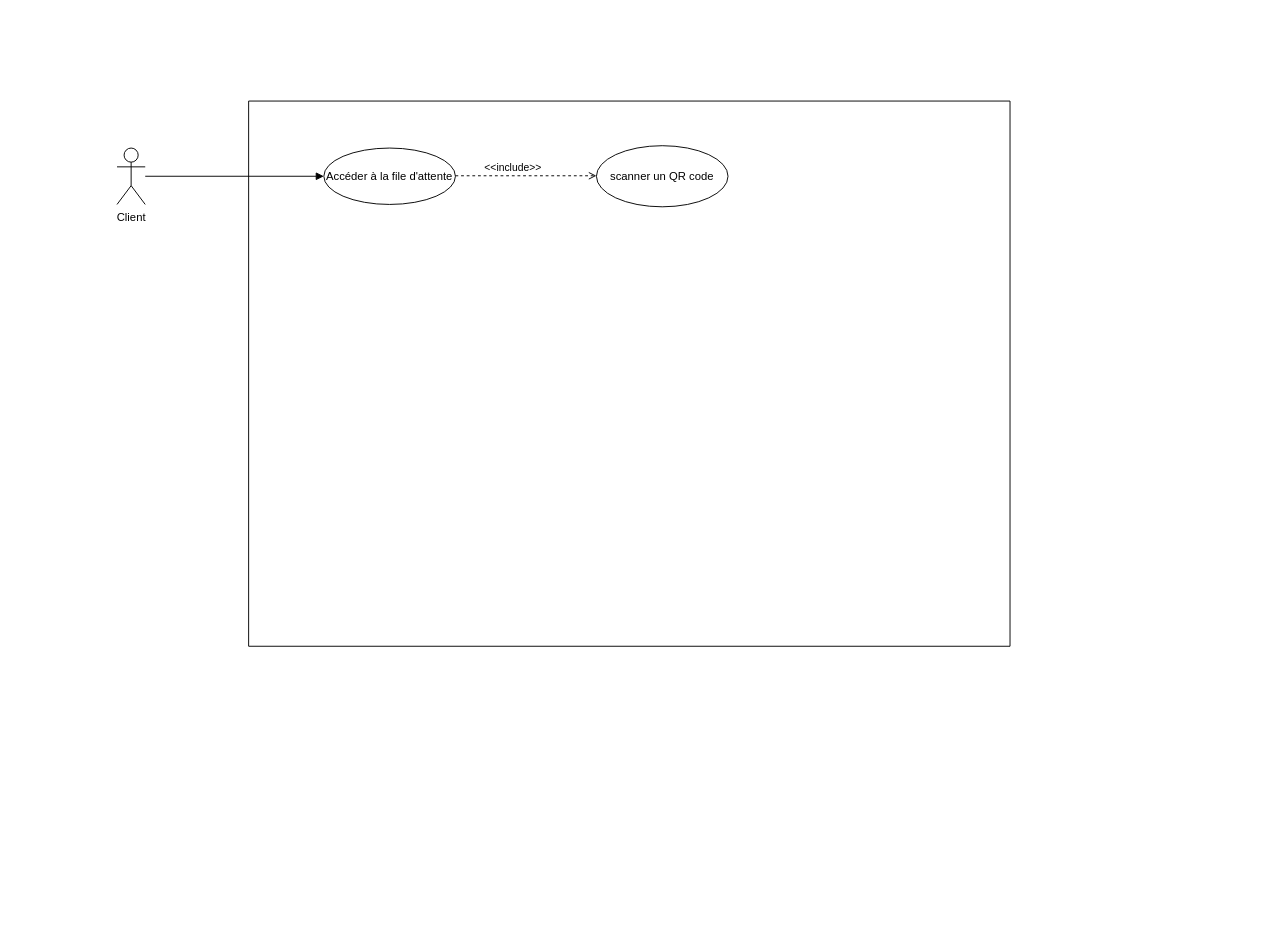
Above: page "DIAGRAMME DE CAS D'UTILISATION" (3 of 3) of Untitled Diagram.drawio in FranckTshiz27/virtLine_api (draw.io), before the change. Source tidied: cells renumbered, new cells numbered last; positions are measured from the earlier drawing's top-left corner, leaving out a move shared by most shapes. Both pictures are drawn from the tidied source at 94%, with x=0, y=0 at pixel (117, 101).
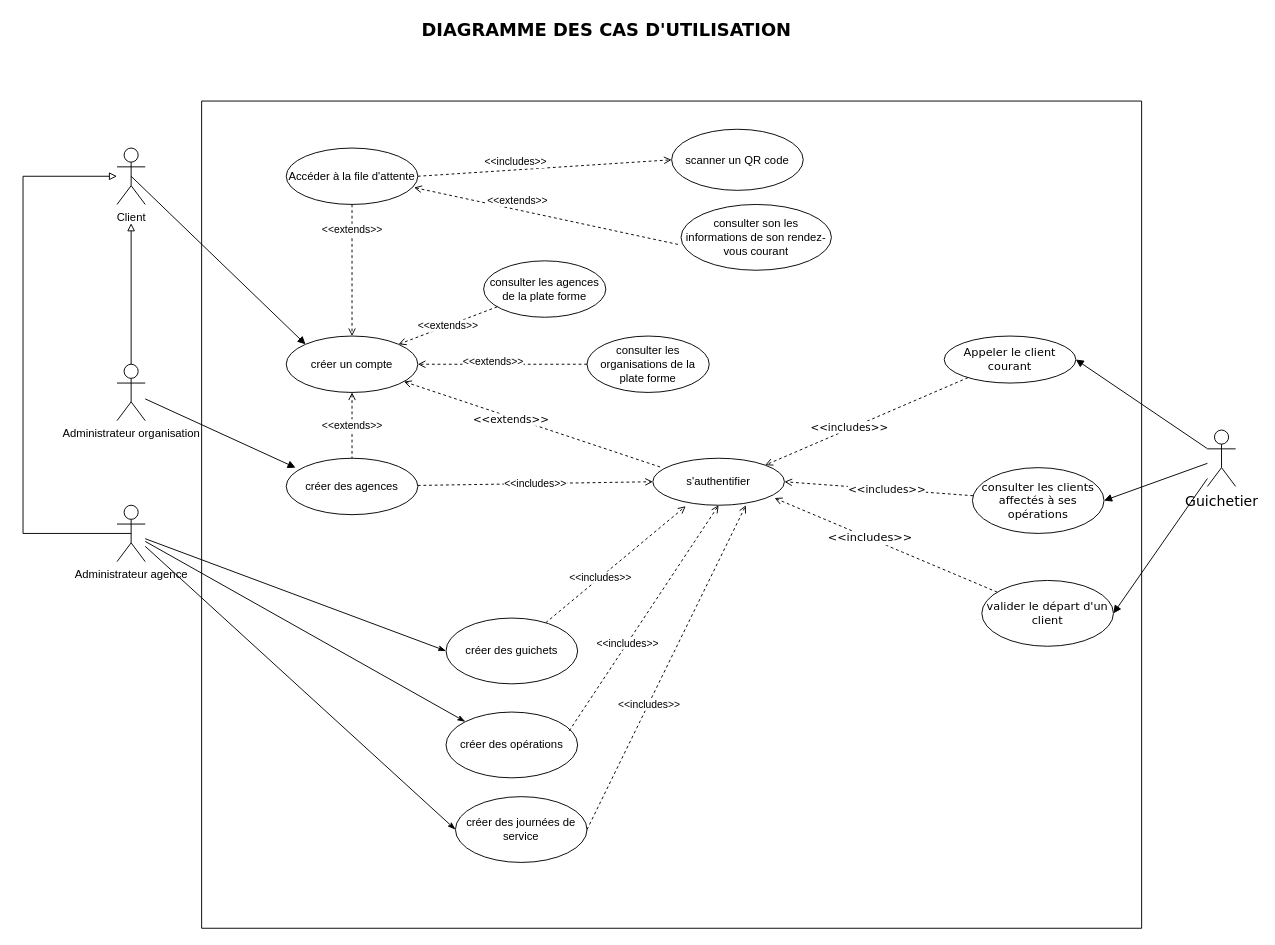
The same diagram, later.

The change refers to these unchanged cells:
```xml
<mxCell id="8" value="Client" style="shape=umlActor;verticalLabelPosition=bottom;verticalAlign=top;html=1;outlineConnect=0;" parent="1" vertex="1">
  <mxGeometry y="50" width="30" height="60" as="geometry" />
</mxCell>
```

The edit, as a diff of the source:
```diff
@@
     <mxCell id="2" style="swimlane;startSize=0;" parent="1" vertex="1">
-      <mxGeometry x="140" width="810" height="580" as="geometry" />
+      <mxGeometry x="90" width="1000" height="880" as="geometry" />
     </mxCell>
+    <mxCell id="9" style="edgeStyle=none;rounded=0;jettySize=auto;html=1;startArrow=none;startFill=0;endArrow=open;endFill=0;dashed=1;" parent="2" edge="1" source="3" target="17">
+      <mxGeometry relative="1" as="geometry" />
+    </mxCell>
+    <mxCell id="10" value="&amp;lt;&amp;lt;extends&amp;gt;&amp;gt;" style="edgeLabel;html=1;align=center;verticalAlign=middle;" parent="9" vertex="1">
+      <mxGeometry x="-0.63" y="-1" relative="1" as="geometry" />
+    </mxCell>
     <mxCell id="3" value="Accéder à la file d'attente" style="ellipse;whiteSpace=wrap;html=1;" parent="2" vertex="1">
-      <mxGeometry x="80" y="50" width="140" height="60" as="geometry" />
+      <mxGeometry x="90" y="50" width="140" height="60" as="geometry" />
     </mxCell>
     <mxCell id="4" value="scanner un QR code" style="ellipse;whiteSpace=wrap;html=1;" parent="2" vertex="1">
-      <mxGeometry x="370" y="47.5" width="140" height="65" as="geometry" />
+      <mxGeometry x="500" y="30" width="140" height="65" as="geometry" />
     </mxCell>
-    <mxCell id="5" style="edgeStyle=orthogonalEdgeStyle;rounded=0;orthogonalLoop=1;jettySize=auto;html=1;entryX=0;entryY=0.5;entryDx=0;entryDy=0;dashed=1;endArrow=open;endFill=0;" parent="2" edge="1">
+    <mxCell id="5" style="rounded=0;jettySize=auto;html=1;entryX=0;entryY=0.5;entryDx=0;entryDy=0;dashed=1;endArrow=open;endFill=0;" parent="2" edge="1" target="4">
       <mxGeometry relative="1" as="geometry">
-        <mxPoint x="220" y="79.5" as="sourcePoint" />
-        <mxPoint x="370" y="79.5" as="targetPoint" />
+        <mxPoint x="230" y="80" as="sourcePoint" />
       </mxGeometry>
     </mxCell>
-    <mxCell id="6" value="&amp;lt;&amp;lt;include&amp;gt;&amp;gt;" style="edgeLabel;html=1;align=center;verticalAlign=middle;" parent="5" vertex="1">
+    <mxCell id="6" value="&amp;lt;&amp;lt;includes&amp;gt;&amp;gt;" style="edgeLabel;html=1;align=center;verticalAlign=middle;" parent="5" vertex="1">
       <mxGeometry x="-0.27" y="3" relative="1" as="geometry">
         <mxPoint x="5" y="-6" as="offset" />
       </mxGeometry>
     </mxCell>
-    <mxCell id="7" style="edgeStyle=orthogonalEdgeStyle;rounded=0;jettySize=auto;html=1;entryX=0;entryY=0.5;entryDx=0;entryDy=0;endArrow=block;endFill=1;" parent="1" edge="1" source="8" target="3">
-      <mxGeometry relative="1" as="geometry" />
-    </mxCell>
+    <mxCell id="11" value="consulter son les informations de son rendez-vous courant" style="ellipse;whiteSpace=wrap;html=1;" parent="2" vertex="1">
+      <mxGeometry x="510" y="110" width="160" height="70" as="geometry" />
+    </mxCell>
+    <mxCell id="12" style="rounded=0;jettySize=auto;html=1;dashed=1;endArrow=none;endFill=0;entryX=-0.007;entryY=0.614;entryDx=0;entryDy=0;entryPerimeter=0;startArrow=open;startFill=0;exitX=0.971;exitY=0.7;exitDx=0;exitDy=0;exitPerimeter=0;" parent="2" edge="1" source="3" target="11">
+      <mxGeometry relative="1" as="geometry" />
+    </mxCell>
+    <mxCell id="13" value="&amp;lt;&amp;lt;extends&amp;gt;&amp;gt;" style="edgeLabel;html=1;align=center;verticalAlign=middle;" parent="12" vertex="1">
+      <mxGeometry x="-0.27" y="3" relative="1" as="geometry">
+        <mxPoint x="5" y="-6" as="offset" />
+      </mxGeometry>
+    </mxCell>
+    <mxCell id="14" value="&amp;lt;&amp;lt;extends&amp;gt;&amp;gt;" style="edgeStyle=none;rounded=0;jettySize=auto;html=1;dashed=1;startArrow=open;startFill=0;endArrow=none;endFill=0;" parent="2" edge="1" source="17" target="24">
+      <mxGeometry relative="1" as="geometry" />
+    </mxCell>
+    <mxCell id="15" style="edgeStyle=none;rounded=0;jettySize=auto;html=1;entryX=0.071;entryY=0.2;entryDx=0;entryDy=0;entryPerimeter=0;fontFamily=Verdana;fontSize=12;startArrow=open;startFill=0;endArrow=none;endFill=0;dashed=1;" parent="2" edge="1" source="17" target="25">
+      <mxGeometry relative="1" as="geometry" />
+    </mxCell>
+    <mxCell id="16" value="&amp;lt;&amp;lt;extends&amp;gt;&amp;gt;" style="edgeLabel;html=1;align=center;verticalAlign=middle;fontSize=11;fontFamily=Verdana;" parent="15" vertex="1">
+      <mxGeometry x="-0.17" y="-2" relative="1" as="geometry" />
+    </mxCell>
+    <mxCell id="17" value="créer un compte" style="ellipse;whiteSpace=wrap;html=1;" parent="2" vertex="1">
+      <mxGeometry x="90" y="250" width="140" height="60" as="geometry" />
+    </mxCell>
+    <mxCell id="18" value="consulter les agences de la plate forme" style="ellipse;whiteSpace=wrap;html=1;" parent="2" vertex="1">
+      <mxGeometry x="300" y="170" width="130" height="60" as="geometry" />
+    </mxCell>
+    <mxCell id="19" value="consulter les organisations de la plate forme" style="ellipse;whiteSpace=wrap;html=1;" parent="2" vertex="1">
+      <mxGeometry x="410" y="250" width="130" height="60" as="geometry" />
+    </mxCell>
+    <mxCell id="20" style="edgeStyle=none;rounded=0;jettySize=auto;html=1;startArrow=none;startFill=0;endArrow=open;endFill=0;entryX=1;entryY=0.5;entryDx=0;entryDy=0;dashed=1;" parent="2" edge="1" source="19" target="17">
+      <mxGeometry relative="1" as="geometry" />
+    </mxCell>
+    <mxCell id="21" value="&amp;lt;&amp;lt;extends&amp;gt;&amp;gt;" style="edgeLabel;html=1;align=center;verticalAlign=middle;" parent="20" vertex="1">
+      <mxGeometry x="0.12" y="-4" relative="1" as="geometry" />
+    </mxCell>
+    <mxCell id="22" value="&amp;lt;&amp;lt;extends&amp;gt;&amp;gt;" style="edgeStyle=none;rounded=0;jettySize=auto;html=1;entryX=1;entryY=0;entryDx=0;entryDy=0;startArrow=none;startFill=0;endArrow=open;endFill=0;dashed=1;" parent="2" edge="1" source="18" target="17">
+      <mxGeometry relative="1" as="geometry" />
+    </mxCell>
+    <mxCell id="23" value="&amp;lt;&amp;lt;includes&amp;gt;&amp;gt;" style="edgeStyle=none;rounded=0;jettySize=auto;html=1;entryX=0;entryY=0.5;entryDx=0;entryDy=0;startArrow=none;startFill=0;endArrow=open;endFill=0;dashed=1;" parent="2" edge="1" source="24" target="25">
+      <mxGeometry relative="1" as="geometry" />
+    </mxCell>
+    <mxCell id="24" value="créer des agences" style="ellipse;whiteSpace=wrap;html=1;" parent="2" vertex="1">
+      <mxGeometry x="90" y="380" width="140" height="60" as="geometry" />
+    </mxCell>
+    <mxCell id="25" value="s'authentifier" style="ellipse;whiteSpace=wrap;html=1;" parent="2" vertex="1">
+      <mxGeometry x="480" y="380" width="140" height="50" as="geometry" />
+    </mxCell>
+    <mxCell id="26" style="edgeStyle=none;rounded=0;jettySize=auto;html=1;entryX=0.25;entryY=1.02;entryDx=0;entryDy=0;entryPerimeter=0;startArrow=none;startFill=0;endArrow=open;endFill=0;dashed=1;" parent="2" edge="1" source="28" target="25">
+      <mxGeometry relative="1" as="geometry" />
+    </mxCell>
+    <mxCell id="27" value="&amp;lt;&amp;lt;includes&amp;gt;&amp;gt;" style="edgeLabel;html=1;align=center;verticalAlign=middle;" parent="26" vertex="1">
+      <mxGeometry x="-0.23" relative="1" as="geometry">
+        <mxPoint y="-1" as="offset" />
+      </mxGeometry>
+    </mxCell>
+    <mxCell id="28" value="créer des guichets" style="ellipse;whiteSpace=wrap;html=1;" parent="2" vertex="1">
+      <mxGeometry x="260" y="550" width="140" height="70" as="geometry" />
+    </mxCell>
+    <mxCell id="29" value="créer des opérations" style="ellipse;whiteSpace=wrap;html=1;" parent="2" vertex="1">
+      <mxGeometry x="260" y="650" width="140" height="70" as="geometry" />
+    </mxCell>
+    <mxCell id="30" value="créer des journées de service" style="ellipse;whiteSpace=wrap;html=1;" parent="2" vertex="1">
+      <mxGeometry x="270" y="740" width="140" height="70" as="geometry" />
+    </mxCell>
+    <mxCell id="31" style="edgeStyle=none;rounded=0;jettySize=auto;html=1;entryX=0.5;entryY=1;entryDx=0;entryDy=0;startArrow=none;startFill=0;endArrow=open;endFill=0;dashed=1;" parent="2" edge="1" target="25">
+      <mxGeometry relative="1" as="geometry">
+        <mxPoint x="391" y="670" as="sourcePoint" />
+      </mxGeometry>
+    </mxCell>
+    <mxCell id="32" value="&amp;lt;&amp;lt;includes&amp;gt;&amp;gt;" style="edgeLabel;html=1;align=center;verticalAlign=middle;" parent="31" vertex="1">
+      <mxGeometry x="-0.23" relative="1" as="geometry">
+        <mxPoint y="-1" as="offset" />
+      </mxGeometry>
+    </mxCell>
+    <mxCell id="33" style="edgeStyle=none;rounded=0;jettySize=auto;html=1;entryX=0.5;entryY=1;entryDx=0;entryDy=0;startArrow=none;startFill=0;endArrow=open;endFill=0;dashed=1;exitX=1;exitY=0.5;exitDx=0;exitDy=0;" parent="2" edge="1" source="30">
+      <mxGeometry relative="1" as="geometry">
+        <mxPoint x="579" y="430" as="targetPoint" />
+      </mxGeometry>
+    </mxCell>
+    <mxCell id="34" value="&amp;lt;&amp;lt;includes&amp;gt;&amp;gt;" style="edgeLabel;html=1;align=center;verticalAlign=middle;" parent="33" vertex="1">
+      <mxGeometry x="-0.23" relative="1" as="geometry">
+        <mxPoint y="-1" as="offset" />
+      </mxGeometry>
+    </mxCell>
+    <mxCell id="35" style="edgeStyle=none;rounded=0;jettySize=auto;html=1;entryX=1;entryY=0.5;entryDx=0;entryDy=0;fontFamily=Verdana;fontSize=15;startArrow=none;startFill=0;endArrow=open;endFill=0;dashed=1;" parent="2" edge="1" source="37" target="25">
+      <mxGeometry relative="1" as="geometry" />
+    </mxCell>
+    <mxCell id="36" value="&lt;font style=&quot;font-size: 11px&quot;&gt;&amp;lt;&amp;lt;includes&amp;gt;&amp;gt;&lt;/font&gt;" style="edgeLabel;html=1;align=center;verticalAlign=middle;fontSize=15;fontFamily=Verdana;" parent="35" vertex="1">
+      <mxGeometry x="0.21" relative="1" as="geometry">
+        <mxPoint x="29" as="offset" />
+      </mxGeometry>
+    </mxCell>
+    <mxCell id="37" value="consulter les clients affectés à ses opérations" style="ellipse;whiteSpace=wrap;html=1;fontFamily=Verdana;fontSize=12;" parent="2" vertex="1">
+      <mxGeometry x="820" y="390" width="140" height="70" as="geometry" />
+    </mxCell>
+    <mxCell id="38" style="edgeStyle=none;rounded=0;jettySize=auto;html=1;entryX=1;entryY=0;entryDx=0;entryDy=0;dashed=1;fontFamily=Verdana;fontSize=11;startArrow=none;startFill=0;endArrow=open;endFill=0;" parent="2" edge="1" source="40" target="25">
+      <mxGeometry relative="1" as="geometry" />
+    </mxCell>
+    <mxCell id="39" value="&amp;lt;&amp;lt;includes&amp;gt;&amp;gt;" style="edgeLabel;html=1;align=center;verticalAlign=middle;fontSize=11;fontFamily=Verdana;" parent="38" vertex="1">
+      <mxGeometry x="0.17" y="-2" relative="1" as="geometry" />
+    </mxCell>
+    <mxCell id="40" value="Appeler le client courant" style="ellipse;whiteSpace=wrap;html=1;fontFamily=Verdana;fontSize=12;" parent="2" vertex="1">
+      <mxGeometry x="790" y="250" width="140" height="50" as="geometry" />
+    </mxCell>
+    <mxCell id="41" style="edgeStyle=none;rounded=0;orthogonalLoop=1;jettySize=auto;html=1;entryX=0.5;entryY=1;entryDx=0;entryDy=0;dashed=1;fontFamily=Verdana;fontSize=11;startArrow=none;startFill=0;endArrow=open;endFill=0;" parent="2" edge="1" source="40" target="40">
+      <mxGeometry relative="1" as="geometry" />
+    </mxCell>
+    <mxCell id="42" style="edgeStyle=none;rounded=0;jettySize=auto;html=1;entryX=0.925;entryY=0.848;entryDx=0;entryDy=0;entryPerimeter=0;dashed=1;fontFamily=Verdana;fontSize=12;startArrow=none;startFill=0;endArrow=open;endFill=0;" parent="2" edge="1" source="44" target="25">
+      <mxGeometry relative="1" as="geometry" />
+    </mxCell>
+    <mxCell id="43" value="&amp;lt;&amp;lt;includes&amp;gt;&amp;gt;" style="edgeLabel;html=1;align=center;verticalAlign=middle;fontSize=12;fontFamily=Verdana;" parent="42" vertex="1">
+      <mxGeometry x="0.15" relative="1" as="geometry" />
+    </mxCell>
+    <mxCell id="44" value="valider le départ d'un client" style="ellipse;whiteSpace=wrap;html=1;fontFamily=Verdana;fontSize=12;" parent="2" vertex="1">
+      <mxGeometry x="830" y="510" width="140" height="70" as="geometry" />
+    </mxCell>
+    <mxCell id="45" style="rounded=0;jettySize=auto;html=1;entryX=0;entryY=0;entryDx=0;entryDy=0;startArrow=none;startFill=0;endArrow=block;endFill=1;exitX=0.5;exitY=0.5;exitDx=0;exitDy=0;exitPerimeter=0;" parent="1" edge="1" source="8" target="17">
+      <mxGeometry relative="1" as="geometry" />
+    </mxCell>
+    <mxCell id="46" style="edgeStyle=orthogonalEdgeStyle;rounded=0;jettySize=auto;html=1;startArrow=block;startFill=0;endArrow=none;endFill=0;entryX=0.5;entryY=0.5;entryDx=0;entryDy=0;entryPerimeter=0;" parent="1" edge="1" source="8" target="53">
+      <mxGeometry relative="1" as="geometry">
+        <Array as="points">
+          <mxPoint x="-100" y="80" />
+          <mxPoint x="-100" y="460" />
+        </Array>
+      </mxGeometry>
+    </mxCell>
@@
+    <mxCell id="47" style="edgeStyle=none;rounded=0;jettySize=auto;html=1;entryX=0.5;entryY=1.333;entryDx=0;entryDy=0;entryPerimeter=0;startArrow=none;startFill=0;endArrow=block;endFill=0;" parent="1" edge="1" source="49" target="8">
+      <mxGeometry relative="1" as="geometry" />
+    </mxCell>
+    <mxCell id="48" style="edgeStyle=none;rounded=0;jettySize=auto;html=1;entryX=0.071;entryY=0.167;entryDx=0;entryDy=0;entryPerimeter=0;startArrow=none;startFill=0;endArrow=block;endFill=1;" parent="1" edge="1" source="49" target="24">
+      <mxGeometry relative="1" as="geometry" />
+    </mxCell>
+    <mxCell id="49" value="Administrateur organisation" style="shape=umlActor;verticalLabelPosition=bottom;verticalAlign=top;html=1;outlineConnect=0;" parent="1" vertex="1">
+      <mxGeometry y="280" width="30" height="60" as="geometry" />
+    </mxCell>
+    <mxCell id="50" style="rounded=0;jettySize=auto;html=1;entryX=0;entryY=0.5;entryDx=0;entryDy=0;startArrow=none;startFill=0;endArrow=classicThin;endFill=1;" parent="1" edge="1" source="53" target="28">
+      <mxGeometry relative="1" as="geometry" />
+    </mxCell>
+    <mxCell id="51" style="edgeStyle=none;rounded=0;jettySize=auto;html=1;entryX=0;entryY=0;entryDx=0;entryDy=0;startArrow=none;startFill=0;endArrow=classicThin;endFill=1;" parent="1" edge="1" source="53" target="29">
+      <mxGeometry relative="1" as="geometry" />
+    </mxCell>
+    <mxCell id="52" style="edgeStyle=none;rounded=0;jettySize=auto;html=1;entryX=0;entryY=0.5;entryDx=0;entryDy=0;fontFamily=Verdana;fontSize=19;startArrow=none;startFill=0;endArrow=classicThin;endFill=1;" parent="1" edge="1" source="53" target="30">
+      <mxGeometry relative="1" as="geometry" />
+    </mxCell>
+    <mxCell id="53" value="Administrateur agence" style="shape=umlActor;verticalLabelPosition=bottom;verticalAlign=top;html=1;outlineConnect=0;" parent="1" vertex="1">
+      <mxGeometry y="430" width="30" height="60" as="geometry" />
+    </mxCell>
+    <mxCell id="54" value="DIAGRAMME DES CAS D'UTILISATION" style="text;align=center;fontStyle=1;verticalAlign=middle;spacingLeft=3;spacingRight=3;strokeColor=none;fontFamily=Verdana;fontSize=19;" parent="1" vertex="1">
+      <mxGeometry x="451" y="-90" width="140" height="26" as="geometry" />
+    </mxCell>
+    <mxCell id="55" style="edgeStyle=none;rounded=0;jettySize=auto;html=1;entryX=1;entryY=0.5;entryDx=0;entryDy=0;fontFamily=Verdana;fontSize=12;startArrow=none;startFill=0;endArrow=block;endFill=1;" parent="1" edge="1" source="58" target="40">
+      <mxGeometry relative="1" as="geometry" />
+    </mxCell>
+    <mxCell id="56" style="edgeStyle=none;rounded=0;jettySize=auto;html=1;entryX=1;entryY=0.5;entryDx=0;entryDy=0;fontFamily=Verdana;fontSize=12;startArrow=none;startFill=0;endArrow=block;endFill=1;" parent="1" edge="1" source="58" target="37">
+      <mxGeometry relative="1" as="geometry" />
+    </mxCell>
+    <mxCell id="57" style="edgeStyle=none;rounded=0;jettySize=auto;html=1;entryX=1;entryY=0.5;entryDx=0;entryDy=0;fontFamily=Verdana;fontSize=12;startArrow=none;startFill=0;endArrow=block;endFill=1;" parent="1" edge="1" source="58" target="44">
+      <mxGeometry relative="1" as="geometry" />
+    </mxCell>
+    <mxCell id="58" value="Guichetier" style="shape=umlActor;verticalLabelPosition=bottom;verticalAlign=top;html=1;fontFamily=Verdana;fontSize=15;" parent="1" vertex="1">
+      <mxGeometry x="1160" y="350" width="30" height="60" as="geometry" />
+    </mxCell>
```
